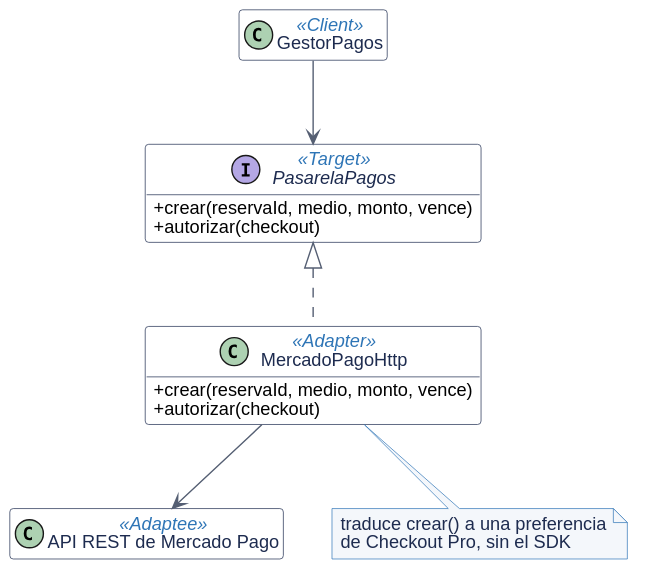
Earlier version of the PlantUML export _other/docs/diagramas/patron-adapter-pasarela.svg (andreiveisuade/cine-uade).
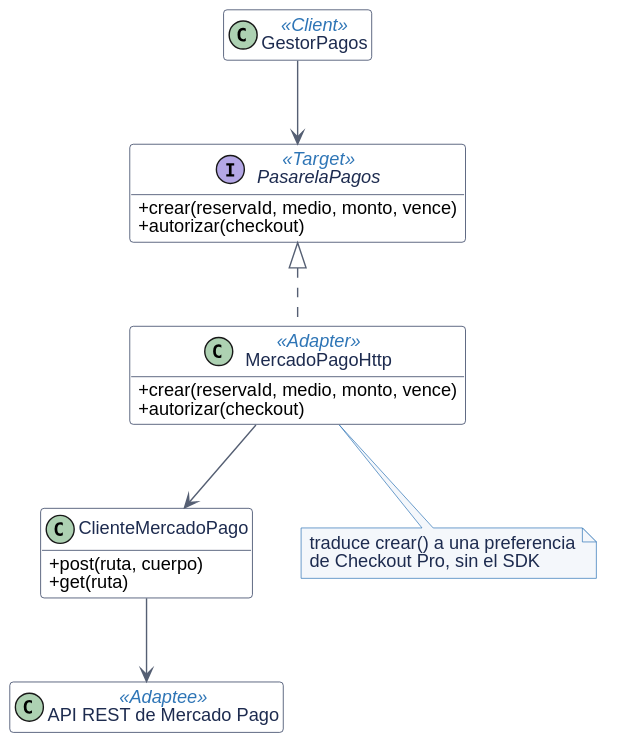
After the change.

Commit message:
docs(diagramas): decorator, usuarios y adapter de mercado pago sin las clases que ya no existen

Change to the diagram source:
```diff
@@ -9,9 +9,14 @@
   + crear(reservaId, medio, monto, vence)
   + autorizar(checkout)
 }
+class ClienteMercadoPago {
+  + post(ruta, cuerpo)
+  + get(ruta)
+}
 class "API REST de Mercado Pago" as Mp <<Adaptee>>
 GestorPagos --> PasarelaPagos
 PasarelaPagos <|.. MercadoPagoHttp
-MercadoPagoHttp --> Mp
+MercadoPagoHttp --> ClienteMercadoPago
+ClienteMercadoPago --> Mp
 note bottom of MercadoPagoHttp : traduce crear() a una preferencia\nde Checkout Pro, sin el SDK
 @enduml
```
